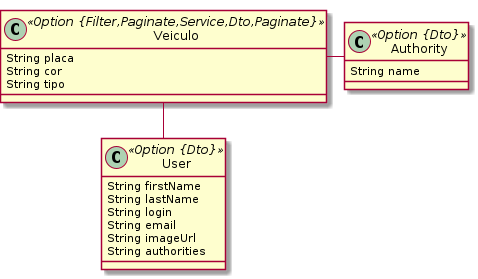
Earlier version of the PlantUML export rest-api.png (mrclalves/rest-api-example).
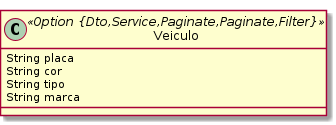
Above is the later version.

Commit message:
change with add new field in veiculo

Change to the diagram source:
```diff
@@ -1,20 +1,10 @@
 @startuml
 	!pragma graphviz_dot jdot
 	!pragma syntax class
-	class Veiculo <<Option {Filter,Paginate,Service,Dto,Paginate}>> {
+	class Veiculo <<Option {Dto,Service,Paginate,Paginate,Filter}>> {
 		String placa
 		String cor
 		String tipo
-	}
-	class Authority <<Option {Dto}>> {
-		String name
-	}
-	class User <<Option {Dto}>> {
-		String firstName
-		String lastName
-		String login
-		String email
-		String imageUrl
-		String authorities
+		String marca
 	}
 @enduml
```
